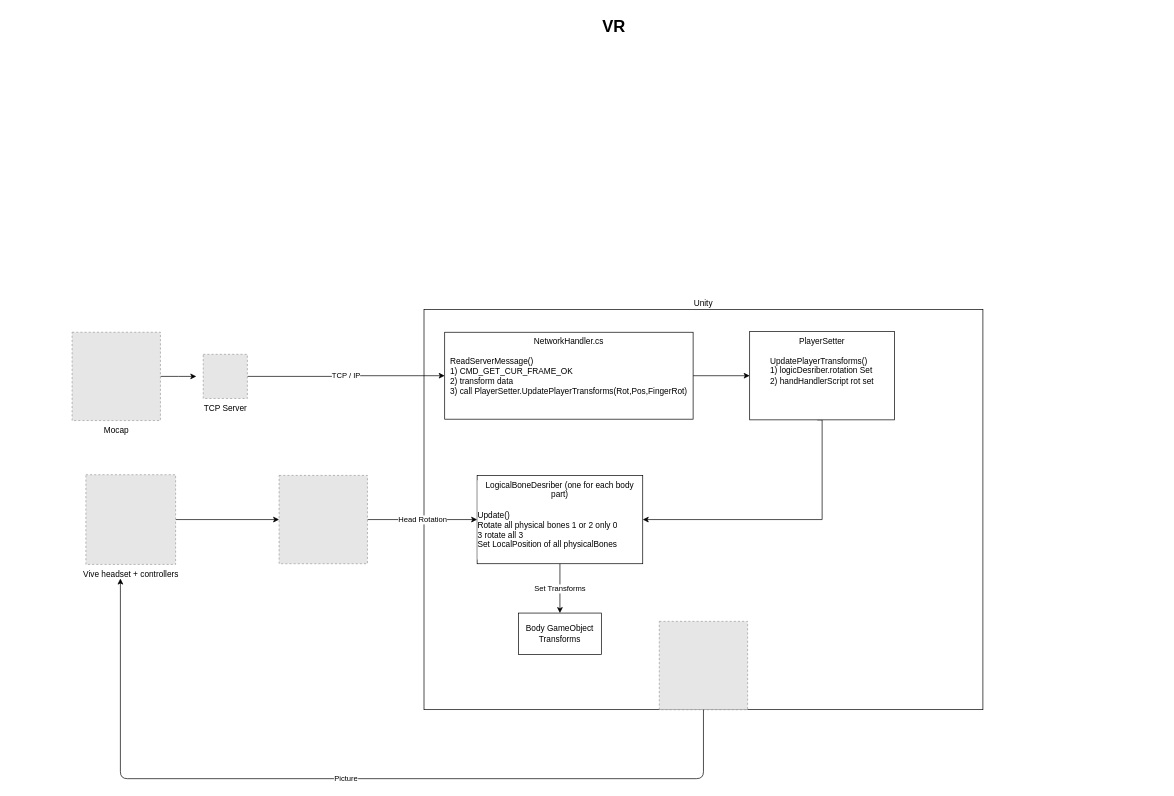
The draw.io diagram Untitled Diagram.drawio in Phonebox/datasharing, before the edit. Source tidied: cells renumbered, new cells numbered last; positions are measured from the earlier drawing's top-left corner, leaving out a move shared by most shapes. Both pictures are drawn from the tidied source at 69%, with x=0, y=0 at pixel (65, 12). Pictures stored in the file or linked from it are replaced by grey dashed boxes.
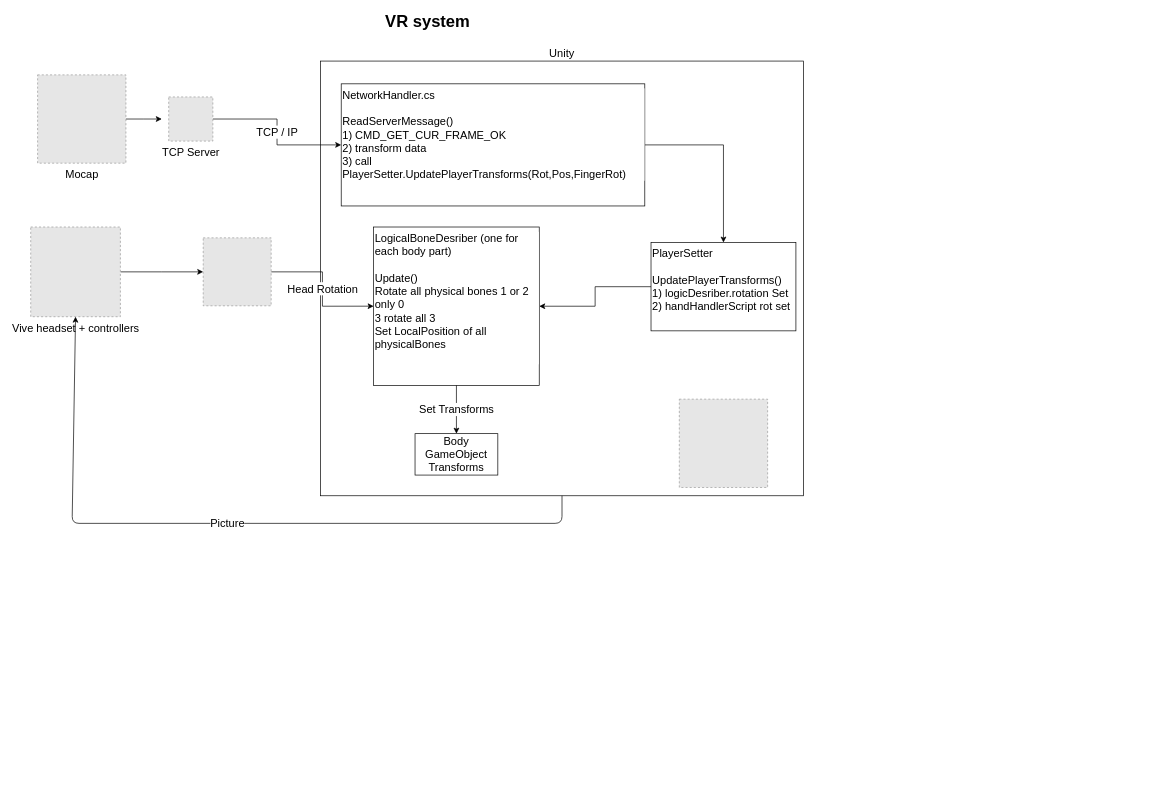
The same page after the edit.

What changed in the source:
```diff
@@
-    <mxCell id="2" value="Unity" style="rounded=0;whiteSpace=wrap;html=1;fillColor=none;labelPosition=center;verticalLabelPosition=top;align=center;verticalAlign=bottom;" parent="1" vertex="1">
-      <mxGeometry x="520" y="430" width="810" height="580" as="geometry" />
+    <mxCell id="2" value="Unity" style="rounded=0;whiteSpace=wrap;html=1;fillColor=none;labelPosition=center;verticalLabelPosition=top;align=center;verticalAlign=bottom;fontSize=16;" parent="1" vertex="1">
+      <mxGeometry x="370" y="70" width="700" height="630" as="geometry" />
     </mxCell>
-    <mxCell id="3" value="VR" style="text;strokeColor=none;fillColor=none;html=1;fontSize=24;fontStyle=1;verticalAlign=middle;align=center;" parent="1" vertex="1">
-      <mxGeometry width="1590" height="40" as="geometry" />
+    <mxCell id="3" value="VR system" style="text;strokeColor=none;fillColor=none;html=1;fontSize=24;fontStyle=1;verticalAlign=middle;align=center;" parent="1" vertex="1">
+      <mxGeometry width="1050" height="26.4" as="geometry" />
     </mxCell>
     <mxCell id="4" style="edgeStyle=orthogonalEdgeStyle;rounded=0;jettySize=auto;html=1;" parent="1" edge="1" source="5">
       <mxGeometry relative="1" as="geometry">
-        <mxPoint x="190" y="527" as="targetPoint" />
+        <mxPoint x="140" y="154" as="targetPoint" />
       </mxGeometry>
     </mxCell>
-    <mxCell id="5" value="Mocap" style="fillColor=#E6E6E6;strokeColor=#999999;dashed=1;html=1;verticalAlign=top;verticalLabelPosition=bottom;labelBackgroundColor=#ffffff;" parent="1" vertex="1">
-      <mxGeometry x="10" y="463" width="128" height="128" as="geometry" />
+    <mxCell id="5" value="Mocap" style="fillColor=#E6E6E6;strokeColor=#999999;dashed=1;html=1;verticalAlign=top;verticalLabelPosition=bottom;labelBackgroundColor=#ffffff;fontSize=16;" parent="1" vertex="1">
+      <mxGeometry x="-40" y="90" width="128" height="128" as="geometry" />
     </mxCell>
-    <mxCell id="6" value="TCP / IP" style="edgeStyle=orthogonalEdgeStyle;rounded=0;jettySize=auto;html=1;" parent="1" edge="1" source="7" target="9">
+    <mxCell id="6" value="TCP / IP" style="edgeStyle=orthogonalEdgeStyle;rounded=0;jettySize=auto;html=1;fontSize=16;" parent="1" edge="1" source="7" target="9">
       <mxGeometry relative="1" as="geometry" />
     </mxCell>
-    <mxCell id="7" value="TCP Server" style="fillColor=#E6E6E6;strokeColor=#999999;dashed=1;html=1;verticalAlign=top;verticalLabelPosition=bottom;labelBackgroundColor=#ffffff;" parent="1" vertex="1">
-      <mxGeometry x="200" y="495" width="64" height="64" as="geometry" />
+    <mxCell id="7" value="TCP Server" style="fillColor=#E6E6E6;strokeColor=#999999;dashed=1;html=1;verticalAlign=top;verticalLabelPosition=bottom;labelBackgroundColor=#ffffff;fontSize=16;" parent="1" vertex="1">
+      <mxGeometry x="150" y="122" width="64" height="64" as="geometry" />
     </mxCell>
@@
-    <mxCell id="9" value="NetworkHandler.cs&lt;br&gt;&lt;br&gt;&lt;div style=&quot;text-align: justify&quot;&gt;ReadServerMessage()&lt;/div&gt;&lt;div style=&quot;text-align: justify&quot;&gt;1)&amp;nbsp;CMD_GET_CUR_FRAME_OK&lt;/div&gt;&lt;div style=&quot;text-align: justify&quot;&gt;2) transform data&lt;/div&gt;&lt;div style=&quot;text-align: justify&quot;&gt;3) call PlayerSetter.UpdatePlayerTransforms(Rot,Pos,FingerRot)&lt;/div&gt;" style="whiteSpace=wrap;html=1;verticalAlign=top;labelBackgroundColor=#ffffff;" parent="1" vertex="1">
-      <mxGeometry x="550" y="463" width="360" height="126" as="geometry" />
+    <mxCell id="9" value="NetworkHandler.cs&lt;br style=&quot;font-size: 16px;&quot;&gt;&lt;br style=&quot;font-size: 16px;&quot;&gt;&lt;div style=&quot;font-size: 16px;&quot;&gt;ReadServerMessage()&lt;/div&gt;&lt;div style=&quot;font-size: 16px;&quot;&gt;1)&amp;nbsp;CMD_GET_CUR_FRAME_OK&lt;/div&gt;&lt;div style=&quot;font-size: 16px;&quot;&gt;2) transform data&lt;/div&gt;&lt;div style=&quot;font-size: 16px;&quot;&gt;3) call PlayerSetter.UpdatePlayerTransforms(Rot,Pos,FingerRot)&lt;/div&gt;" style="whiteSpace=wrap;html=1;verticalAlign=top;labelBackgroundColor=#ffffff;fontSize=16;align=left;" parent="1" vertex="1">
+      <mxGeometry x="400" y="103" width="440" height="177" as="geometry" />
     </mxCell>
-    <mxCell id="10" style="edgeStyle=orthogonalEdgeStyle;rounded=0;jettySize=auto;html=1;entryX=1;entryY=0.5;entryDx=0;entryDy=0;exitX=0.467;exitY=1;exitDx=0;exitDy=0;exitPerimeter=0;" parent="1" edge="1" source="11" target="18">
-      <mxGeometry relative="1" as="geometry">
-        <Array as="points">
-          <mxPoint x="1097" y="590" />
-          <mxPoint x="1097" y="735" />
-        </Array>
-      </mxGeometry>
+    <mxCell id="10" style="edgeStyle=orthogonalEdgeStyle;rounded=0;jettySize=auto;html=1;fontSize=16;" parent="1" edge="1" source="11" target="18">
+      <mxGeometry relative="1" as="geometry" />
     </mxCell>
-    <mxCell id="11" value="PlayerSetter&lt;br&gt;&lt;br&gt;&lt;div style=&quot;text-align: justify&quot;&gt;UpdatePlayerTransforms()&lt;/div&gt;&lt;div style=&quot;text-align: justify&quot;&gt;1) logicDesriber.rotation Set&lt;/div&gt;&lt;div style=&quot;text-align: justify&quot;&gt;2) handHandlerScript rot set&lt;/div&gt;" style="whiteSpace=wrap;html=1;verticalAlign=top;labelBackgroundColor=#ffffff;" parent="1" vertex="1">
-      <mxGeometry x="992" y="462" width="210" height="128" as="geometry" />
+    <mxCell id="11" value="PlayerSetter&lt;br style=&quot;font-size: 16px;&quot;&gt;&lt;br style=&quot;font-size: 16px;&quot;&gt;&lt;div style=&quot;font-size: 16px;&quot;&gt;UpdatePlayerTransforms()&lt;/div&gt;&lt;div style=&quot;font-size: 16px;&quot;&gt;1) logicDesriber.rotation Set&lt;/div&gt;&lt;div style=&quot;font-size: 16px;&quot;&gt;2) handHandlerScript rot set&lt;/div&gt;" style="whiteSpace=wrap;html=1;verticalAlign=top;labelBackgroundColor=#ffffff;fontSize=16;align=left;" parent="1" vertex="1">
+      <mxGeometry x="849" y="333" width="210" height="128" as="geometry" />
     </mxCell>
     <mxCell id="12" style="fillColor=#E6E6E6;strokeColor=#999999;dashed=1;html=1;verticalAlign=top;verticalLabelPosition=bottom;labelBackgroundColor=#ffffff;" parent="1" vertex="1">
-      <mxGeometry x="861" y="882" width="128" height="128" as="geometry" />
+      <mxGeometry x="890" y="560" width="128" height="128" as="geometry" />
     </mxCell>
@@
-    <mxCell id="14" value="Vive headset + controllers" style="fillColor=#E6E6E6;strokeColor=#999999;dashed=1;html=1;verticalAlign=top;verticalLabelPosition=bottom;labelBackgroundColor=#ffffff;" parent="1" vertex="1">
-      <mxGeometry x="30" y="669.5" width="130" height="130" as="geometry" />
+    <mxCell id="14" value="Vive headset + controllers" style="fillColor=#E6E6E6;strokeColor=#999999;dashed=1;html=1;verticalAlign=top;verticalLabelPosition=bottom;labelBackgroundColor=#ffffff;fontSize=16;" parent="1" vertex="1">
+      <mxGeometry x="-50" y="310.5" width="130" height="130" as="geometry" />
     </mxCell>
-    <mxCell id="15" value="Head Rotation" style="edgeStyle=orthogonalEdgeStyle;rounded=0;jettySize=auto;html=1;entryX=0;entryY=0.5;entryDx=0;entryDy=0;" parent="1" edge="1" source="16" target="18">
+    <mxCell id="15" value="Head Rotation" style="edgeStyle=orthogonalEdgeStyle;rounded=0;jettySize=auto;html=1;entryX=0;entryY=0.5;entryDx=0;entryDy=0;fontSize=16;" parent="1" edge="1" source="16" target="18">
       <mxGeometry relative="1" as="geometry" />
     </mxCell>
     <mxCell id="16" style="fillColor=#E6E6E6;strokeColor=#999999;dashed=1;html=1;verticalAlign=top;verticalLabelPosition=bottom;labelBackgroundColor=#ffffff;" parent="1" vertex="1">
-      <mxGeometry x="310" y="670.5" width="128" height="128" as="geometry" />
+      <mxGeometry x="200" y="326.2" width="98.5" height="98.5" as="geometry" />
     </mxCell>
-    <mxCell id="17" value="Body GameObject Transforms" style="rounded=0;whiteSpace=wrap;html=1;fillColor=none;" parent="1" vertex="1">
-      <mxGeometry x="657" y="870" width="120" height="60" as="geometry" />
+    <mxCell id="17" value="Body GameObject Transforms" style="rounded=0;whiteSpace=wrap;html=1;fillColor=none;fontSize=16;" parent="1" vertex="1">
+      <mxGeometry x="507" y="610" width="120" height="60" as="geometry" />
     </mxCell>
-    <mxCell id="18" value="LogicalBoneDesriber (one for each body part)&lt;br&gt;&lt;br&gt;&lt;div style=&quot;text-align: left&quot;&gt;Update()&lt;/div&gt;&lt;div style=&quot;text-align: left&quot;&gt;Rotate all physical bones 1 or 2 only 0&lt;/div&gt;&lt;div style=&quot;text-align: left&quot;&gt;3 rotate all 3&lt;/div&gt;&lt;div style=&quot;text-align: left&quot;&gt;Set LocalPosition of all physicalBones&lt;/div&gt;&lt;div style=&quot;text-align: left&quot;&gt;&lt;br&gt;&lt;/div&gt;" style="whiteSpace=wrap;html=1;verticalAlign=top;labelBackgroundColor=#ffffff;" parent="1" vertex="1">
-      <mxGeometry x="597" y="670.5" width="240" height="128" as="geometry" />
+    <mxCell id="18" value="LogicalBoneDesriber (one for each body part)&lt;br style=&quot;font-size: 16px;&quot;&gt;&lt;br style=&quot;font-size: 16px;&quot;&gt;&lt;div style=&quot;font-size: 16px;&quot;&gt;Update()&lt;/div&gt;&lt;div style=&quot;font-size: 16px;&quot;&gt;Rotate all physical bones 1 or 2 only 0&lt;/div&gt;&lt;div style=&quot;font-size: 16px;&quot;&gt;3 rotate all 3&lt;/div&gt;&lt;div style=&quot;font-size: 16px;&quot;&gt;Set LocalPosition of all physicalBones&lt;/div&gt;&lt;div style=&quot;font-size: 16px;&quot;&gt;&lt;br style=&quot;font-size: 16px;&quot;&gt;&lt;/div&gt;" style="whiteSpace=wrap;html=1;verticalAlign=top;labelBackgroundColor=#ffffff;fontSize=16;align=left;" parent="1" vertex="1">
+      <mxGeometry x="447" y="310.5" width="240" height="229.5" as="geometry" />
     </mxCell>
-    <mxCell id="19" value="Set Transforms" style="endArrow=classic;html=1;exitX=0.5;exitY=1;exitDx=0;exitDy=0;" parent="1" edge="1" source="18" target="17">
+    <mxCell id="19" value="Set Transforms" style="endArrow=classic;html=1;exitX=0.5;exitY=1;exitDx=0;exitDy=0;fontSize=16;" parent="1" edge="1" source="18" target="17">
       <mxGeometry relative="1" as="geometry" />
     </mxCell>
-    <mxCell id="20" value="Picture" style="endArrow=classic;html=1;exitX=0.5;exitY=1;exitDx=0;exitDy=0;" parent="1" edge="1" source="2">
+    <mxCell id="20" value="Picture" style="endArrow=classic;html=1;exitX=0.5;exitY=1;exitDx=0;exitDy=0;entryX=0.5;entryY=1;entryDx=0;entryDy=0;fontSize=16;" parent="1" edge="1" source="2" target="14">
       <mxGeometry relative="1" as="geometry">
-        <mxPoint x="80" y="820" as="targetPoint" />
         <Array as="points">
-          <mxPoint x="925" y="1110" />
-          <mxPoint x="80" y="1110" />
+          <mxPoint x="720" y="740" />
+          <mxPoint x="10" y="740" />
         </Array>
       </mxGeometry>
     </mxCell>
```
